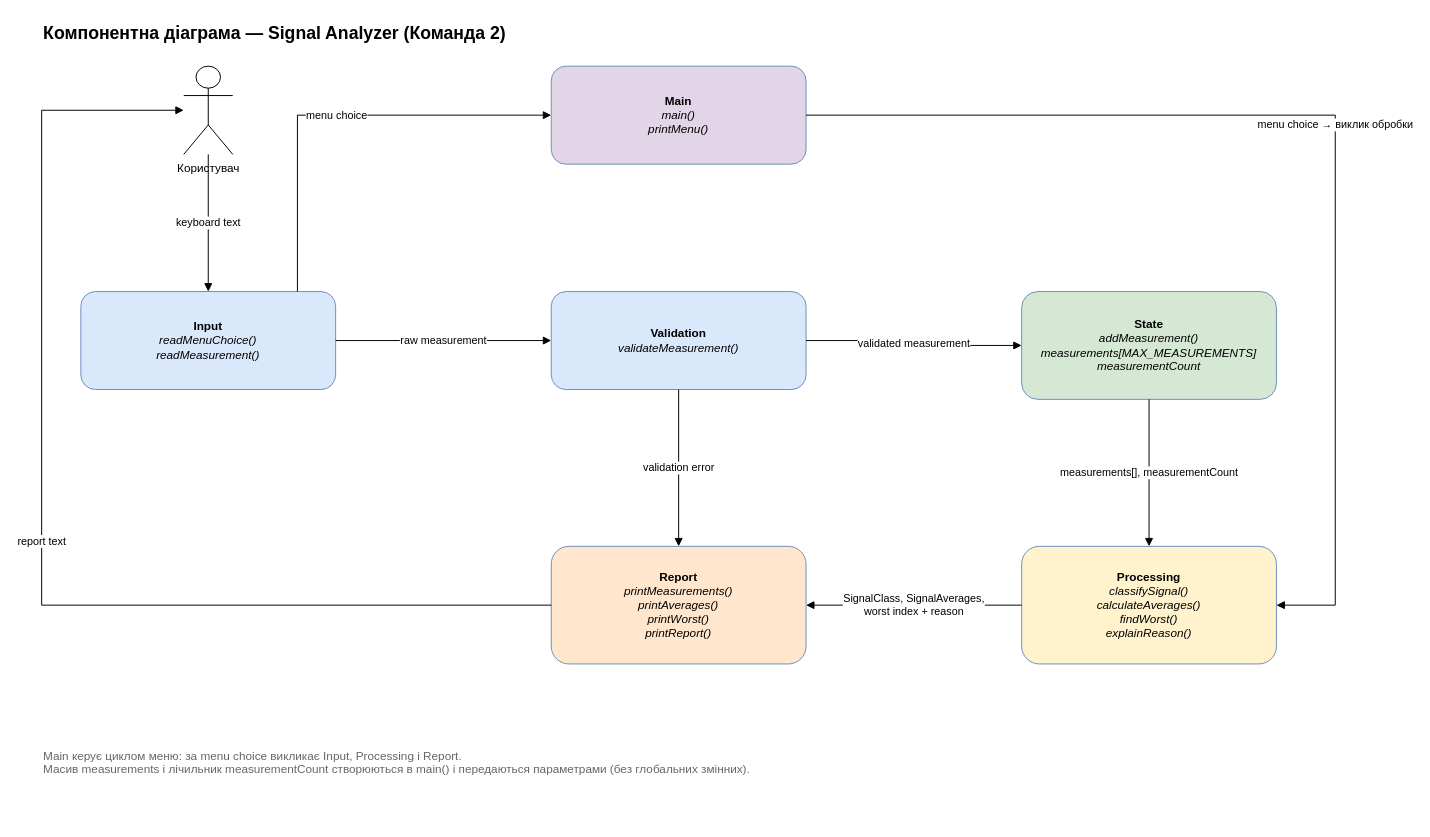
The draw.io diagram services/signal-analyzer/docs/architecture.drawio in lviv-polytechnic-sap/network-operations-simulator, before the edit. Source tidied: cells renumbered, new cells numbered last; positions are measured from the earlier drawing's top-left corner, leaving out a move shared by most shapes. Both pictures are drawn from the tidied source at 98%, with x=0, y=0 at pixel (41, 17).
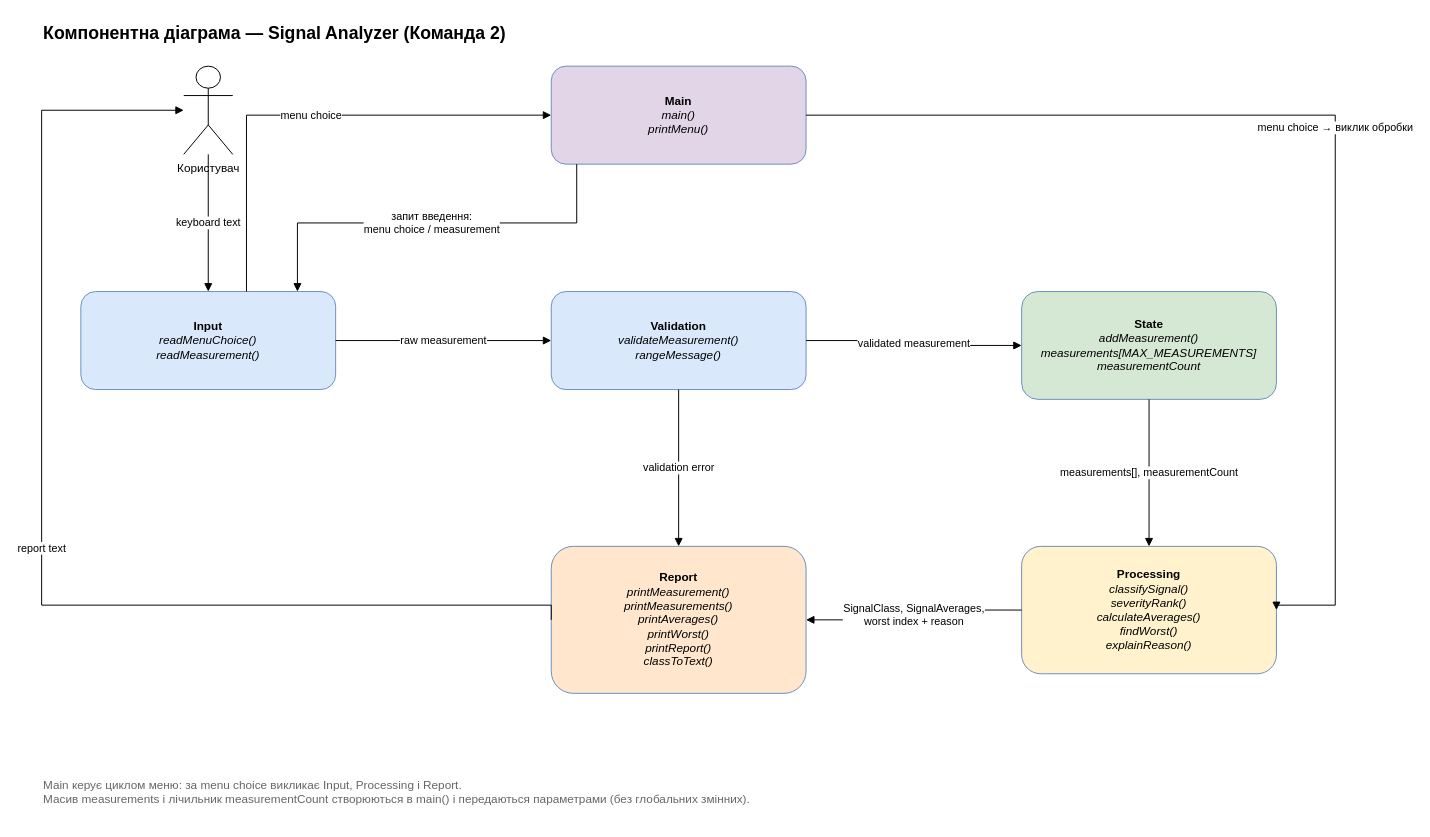
The same diagram, later.

Commit message (it also covers changes not shown here):
Add Main to Input flow and helper functions to component diagram

Unchanged cells that the change refers to:
```xml
<mxCell id="3" value="Користувач" style="shape=umlActor;verticalLabelPosition=bottom;verticalAlign=top;html=1;fontSize=12;" parent="1" vertex="1">
  <mxGeometry x="145" y="50" width="50" height="90" as="geometry" />
</mxCell>
<mxCell id="4" value="&lt;b&gt;Main&lt;/b&gt;&lt;br&gt;&lt;i&gt;main()&lt;br&gt;printMenu()&lt;/i&gt;" style="rounded=1;whiteSpace=wrap;html=1;fillColor=#e1d5e7;strokeColor=#6c8ebf;align=center;verticalAlign=middle;fontSize=12;" parent="1" vertex="1">
  <mxGeometry x="520" y="50" width="260" height="100" as="geometry" />
</mxCell>
<mxCell id="5" value="&lt;b&gt;Input&lt;/b&gt;&lt;br&gt;&lt;i&gt;readMenuChoice()&lt;br&gt;readMeasurement()&lt;/i&gt;" style="rounded=1;whiteSpace=wrap;html=1;fillColor=#dae8fc;strokeColor=#6c8ebf;align=center;verticalAlign=middle;fontSize=12;" parent="1" vertex="1">
  <mxGeometry x="40" y="280" width="260" height="100" as="geometry" />
</mxCell>
<mxCell id="7" value="&lt;b&gt;State&lt;/b&gt;&lt;br&gt;&lt;i&gt;addMeasurement()&lt;br&gt;measurements[MAX_MEASUREMENTS]&lt;br&gt;measurementCount&lt;/i&gt;" style="rounded=1;whiteSpace=wrap;html=1;fillColor=#d5e8d4;strokeColor=#6c8ebf;align=center;verticalAlign=middle;fontSize=12;" parent="1" vertex="1">
  <mxGeometry x="1000" y="280" width="260" height="110" as="geometry" />
</mxCell>
```

The edit, as a diff of the source:
```diff
@@
-    <mxCell id="6" value="&lt;b&gt;Validation&lt;/b&gt;&lt;br&gt;&lt;i&gt;validateMeasurement()&lt;/i&gt;" style="rounded=1;whiteSpace=wrap;html=1;fillColor=#dae8fc;strokeColor=#6c8ebf;align=center;verticalAlign=middle;fontSize=12;" parent="1" vertex="1">
+    <mxCell id="6" value="&lt;b&gt;Validation&lt;/b&gt;&lt;br&gt;&lt;i&gt;validateMeasurement()&lt;br&gt;rangeMessage()&lt;/i&gt;" style="rounded=1;whiteSpace=wrap;html=1;fillColor=#dae8fc;strokeColor=#6c8ebf;align=center;verticalAlign=middle;fontSize=12;" parent="1" vertex="1">
       <mxGeometry x="520" y="280" width="260" height="100" as="geometry" />
     </mxCell>
@@
-    <mxCell id="8" value="&lt;b&gt;Processing&lt;/b&gt;&lt;br&gt;&lt;i&gt;classifySignal()&lt;br&gt;calculateAverages()&lt;br&gt;findWorst()&lt;br&gt;explainReason()&lt;/i&gt;" style="rounded=1;whiteSpace=wrap;html=1;fillColor=#fff2cc;strokeColor=#6c8ebf;align=center;verticalAlign=middle;fontSize=12;" parent="1" vertex="1">
-      <mxGeometry x="1000" y="540" width="260" height="120" as="geometry" />
+    <mxCell id="8" value="&lt;b&gt;Processing&lt;/b&gt;&lt;br&gt;&lt;i&gt;classifySignal()&lt;br&gt;severityRank()&lt;br&gt;calculateAverages()&lt;br&gt;findWorst()&lt;br&gt;explainReason()&lt;/i&gt;" style="rounded=1;whiteSpace=wrap;html=1;fillColor=#fff2cc;strokeColor=#6c8ebf;align=center;verticalAlign=middle;fontSize=12;" parent="1" vertex="1">
+      <mxGeometry x="1000" y="540" width="260" height="130" as="geometry" />
     </mxCell>
-    <mxCell id="9" value="&lt;b&gt;Report&lt;/b&gt;&lt;br&gt;&lt;i&gt;printMeasurements()&lt;br&gt;printAverages()&lt;br&gt;printWorst()&lt;br&gt;printReport()&lt;/i&gt;" style="rounded=1;whiteSpace=wrap;html=1;fillColor=#ffe6cc;strokeColor=#6c8ebf;align=center;verticalAlign=middle;fontSize=12;" parent="1" vertex="1">
-      <mxGeometry x="520" y="540" width="260" height="120" as="geometry" />
+    <mxCell id="9" value="&lt;b&gt;Report&lt;/b&gt;&lt;br&gt;&lt;i&gt;printMeasurement()&lt;br&gt;printMeasurements()&lt;br&gt;printAverages()&lt;br&gt;printWorst()&lt;br&gt;printReport()&lt;br&gt;classToText()&lt;/i&gt;" style="rounded=1;whiteSpace=wrap;html=1;fillColor=#ffe6cc;strokeColor=#6c8ebf;align=center;verticalAlign=middle;fontSize=12;" parent="1" vertex="1">
+      <mxGeometry x="520" y="540" width="260" height="150" as="geometry" />
     </mxCell>
@@
-    <mxCell id="11" value="menu choice" style="edgeStyle=orthogonalEdgeStyle;rounded=0;html=1;endArrow=block;endFill=1;fontSize=11;labelBackgroundColor=#ffffff;exitX=0.85;exitY=0;exitDx=0;exitDy=0;entryX=0;entryY=0.5;entryDx=0;entryDy=0;" parent="1" edge="1" source="5" target="4">
+    <mxCell id="11" value="menu choice" style="edgeStyle=orthogonalEdgeStyle;rounded=0;html=1;endArrow=block;endFill=1;fontSize=11;labelBackgroundColor=#ffffff;exitX=0.65;exitY=0;exitDx=0;exitDy=0;entryX=0;entryY=0.5;entryDx=0;entryDy=0;" parent="1" edge="1" source="5" target="4">
       <mxGeometry relative="1" as="geometry">
         <Array as="points">
-          <mxPoint x="261" y="100" />
+          <mxPoint x="209" y="100" />
         </Array>
       </mxGeometry>
     </mxCell>
-    <mxCell id="12" value="raw measurement" style="edgeStyle=orthogonalEdgeStyle;rounded=0;html=1;endArrow=block;endFill=1;fontSize=11;labelBackgroundColor=#ffffff;exitX=1;exitY=0.5;exitDx=0;exitDy=0;entryX=0;entryY=0.5;entryDx=0;entryDy=0;" parent="1" edge="1" source="5" target="6">
-      <mxGeometry relative="1" as="geometry" />
+    <mxCell id="12" value="запит введення:&lt;br&gt;menu choice / measurement" style="edgeStyle=orthogonalEdgeStyle;rounded=0;html=1;endArrow=block;endFill=1;fontSize=11;labelBackgroundColor=#ffffff;exitX=0.1;exitY=1;exitDx=0;exitDy=0;entryX=0.85;entryY=0;entryDx=0;entryDy=0;" parent="1" edge="1" source="4" target="5">
+      <mxGeometry relative="1" as="geometry">
+        <Array as="points">
+          <mxPoint x="546" y="210" />
+          <mxPoint x="261" y="210" />
+        </Array>
+      </mxGeometry>
     </mxCell>
-    <mxCell id="13" value="validated measurement" style="edgeStyle=orthogonalEdgeStyle;rounded=0;html=1;endArrow=block;endFill=1;fontSize=11;labelBackgroundColor=#ffffff;exitX=1;exitY=0.5;exitDx=0;exitDy=0;entryX=0;entryY=0.5;entryDx=0;entryDy=0;" parent="1" edge="1" source="6" target="7">
+    <mxCell id="13" value="raw measurement" style="edgeStyle=orthogonalEdgeStyle;rounded=0;html=1;endArrow=block;endFill=1;fontSize=11;labelBackgroundColor=#ffffff;exitX=1;exitY=0.5;exitDx=0;exitDy=0;entryX=0;entryY=0.5;entryDx=0;entryDy=0;" parent="1" edge="1" source="5" target="6">
       <mxGeometry relative="1" as="geometry" />
     </mxCell>
-    <mxCell id="14" value="validation error" style="edgeStyle=orthogonalEdgeStyle;rounded=0;html=1;endArrow=block;endFill=1;fontSize=11;labelBackgroundColor=#ffffff;exitX=0.5;exitY=1;exitDx=0;exitDy=0;entryX=0.5;entryY=0;entryDx=0;entryDy=0;" parent="1" edge="1" source="6" target="9">
+    <mxCell id="14" value="validated measurement" style="edgeStyle=orthogonalEdgeStyle;rounded=0;html=1;endArrow=block;endFill=1;fontSize=11;labelBackgroundColor=#ffffff;exitX=1;exitY=0.5;exitDx=0;exitDy=0;entryX=0;entryY=0.5;entryDx=0;entryDy=0;" parent="1" edge="1" source="6" target="7">
       <mxGeometry relative="1" as="geometry" />
     </mxCell>
-    <mxCell id="15" value="measurements[], measurementCount" style="edgeStyle=orthogonalEdgeStyle;rounded=0;html=1;endArrow=block;endFill=1;fontSize=11;labelBackgroundColor=#ffffff;exitX=0.5;exitY=1;exitDx=0;exitDy=0;entryX=0.5;entryY=0;entryDx=0;entryDy=0;" parent="1" edge="1" source="7" target="8">
+    <mxCell id="15" value="validation error" style="edgeStyle=orthogonalEdgeStyle;rounded=0;html=1;endArrow=block;endFill=1;fontSize=11;labelBackgroundColor=#ffffff;exitX=0.5;exitY=1;exitDx=0;exitDy=0;entryX=0.5;entryY=0;entryDx=0;entryDy=0;" parent="1" edge="1" source="6" target="9">
       <mxGeometry relative="1" as="geometry" />
     </mxCell>
-    <mxCell id="16" value="SignalClass, SignalAverages,&lt;br&gt;worst index + reason" style="edgeStyle=orthogonalEdgeStyle;rounded=0;html=1;endArrow=block;endFill=1;fontSize=11;labelBackgroundColor=#ffffff;exitX=0;exitY=0.5;exitDx=0;exitDy=0;entryX=1;entryY=0.5;entryDx=0;entryDy=0;" parent="1" edge="1" source="8" target="9">
+    <mxCell id="16" value="measurements[], measurementCount" style="edgeStyle=orthogonalEdgeStyle;rounded=0;html=1;endArrow=block;endFill=1;fontSize=11;labelBackgroundColor=#ffffff;exitX=0.5;exitY=1;exitDx=0;exitDy=0;entryX=0.5;entryY=0;entryDx=0;entryDy=0;" parent="1" edge="1" source="7" target="8">
       <mxGeometry relative="1" as="geometry" />
     </mxCell>
-    <mxCell id="17" value="menu choice → виклик обробки" style="edgeStyle=orthogonalEdgeStyle;rounded=0;html=1;endArrow=block;endFill=1;fontSize=11;labelBackgroundColor=#ffffff;exitX=1;exitY=0.5;exitDx=0;exitDy=0;entryX=1;entryY=0.5;entryDx=0;entryDy=0;" parent="1" edge="1" source="4" target="8">
-      <mxGeometry relative="1" as="geometry">
-        <Array as="points">
-          <mxPoint x="1320" y="100" />
-          <mxPoint x="1320" y="600" />
-        </Array>
-      </mxGeometry>
+    <mxCell id="17" value="SignalClass, SignalAverages,&lt;br&gt;worst index + reason" style="edgeStyle=orthogonalEdgeStyle;rounded=0;html=1;endArrow=block;endFill=1;fontSize=11;labelBackgroundColor=#ffffff;exitX=0;exitY=0.5;exitDx=0;exitDy=0;entryX=1;entryY=0.5;entryDx=0;entryDy=0;" parent="1" edge="1" source="8" target="9">
+      <mxGeometry relative="1" as="geometry" />
     </mxCell>
-    <mxCell id="18" value="report text" style="edgeStyle=orthogonalEdgeStyle;rounded=0;html=1;endArrow=block;endFill=1;fontSize=11;labelBackgroundColor=#ffffff;exitX=0;exitY=0.5;exitDx=0;exitDy=0;entryX=0;entryY=0.5;entryDx=0;entryDy=0;" parent="1" edge="1" source="9" target="3">
+    <mxCell id="18" value="menu choice → виклик обробки" style="edgeStyle=orthogonalEdgeStyle;rounded=0;html=1;endArrow=block;endFill=1;fontSize=11;labelBackgroundColor=#ffffff;exitX=1;exitY=0.5;exitDx=0;exitDy=0;entryX=1;entryY=0.5;entryDx=0;entryDy=0;" parent="1" edge="1" source="4" target="8">
       <mxGeometry relative="1" as="geometry">
         <Array as="points">
-          <mxPoint y="600" />
-          <mxPoint y="95" />
+          <mxPoint x="1320" y="100" />
+          <mxPoint x="1320" y="600" />
         </Array>
       </mxGeometry>
     </mxCell>
-    <mxCell id="19" value="Main керує циклом меню: за menu choice викликає Input, Processing і Report.&lt;br&gt;Масив measurements і лічильник measurementCount створюються в main() і передаються параметрами (без глобальних змінних)." style="text;html=1;align=left;fontSize=12;fontColor=#666666;" parent="1" vertex="1">
-      <mxGeometry y="740" width="1100" height="50" as="geometry" />
+    <mxCell id="19" value="report text" style="edgeStyle=orthogonalEdgeStyle;rounded=0;html=1;endArrow=block;endFill=1;fontSize=11;labelBackgroundColor=#ffffff;exitX=0;exitY=0.5;exitDx=0;exitDy=0;entryX=0;entryY=0.5;entryDx=0;entryDy=0;" parent="1" edge="1" source="9" target="3">
+      <mxGeometry relative="1" as="geometry">
+        <Array as="points">
+          <mxPoint y="600" />
+          <mxPoint y="95" />
+        </Array>
+      </mxGeometry>
     </mxCell>
+    <mxCell id="20" value="Main керує циклом меню: за menu choice викликає Input, Processing і Report.&lt;br&gt;Масив measurements і лічильник measurementCount створюються в main() і передаються параметрами (без глобальних змінних)." style="text;html=1;align=left;fontSize=12;fontColor=#666666;" parent="1" vertex="1">
+      <mxGeometry y="770" width="1100" height="50" as="geometry" />
+    </mxCell>
```
